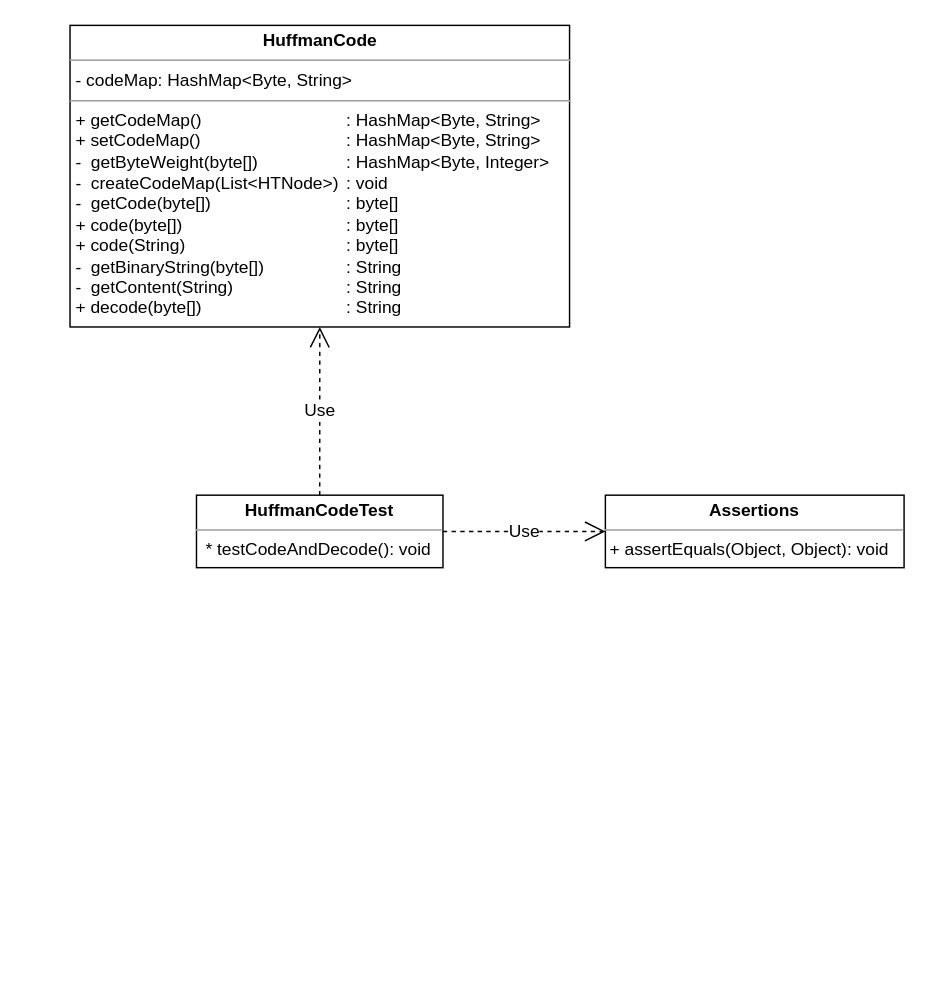
Pineapple666/Draw keeps this draw.io diagram as page "HuffmanCodeTest" (7 of 8) of software-engineering/huffman-code.drawio. Above is the earlier version. Source tidied: cells renumbered, new cells numbered last; positions are measured from the earlier drawing's top-left corner, leaving out a move shared by most shapes. Both pictures are drawn from the tidied source at 145%, with x=0, y=0 at pixel (70, 25).
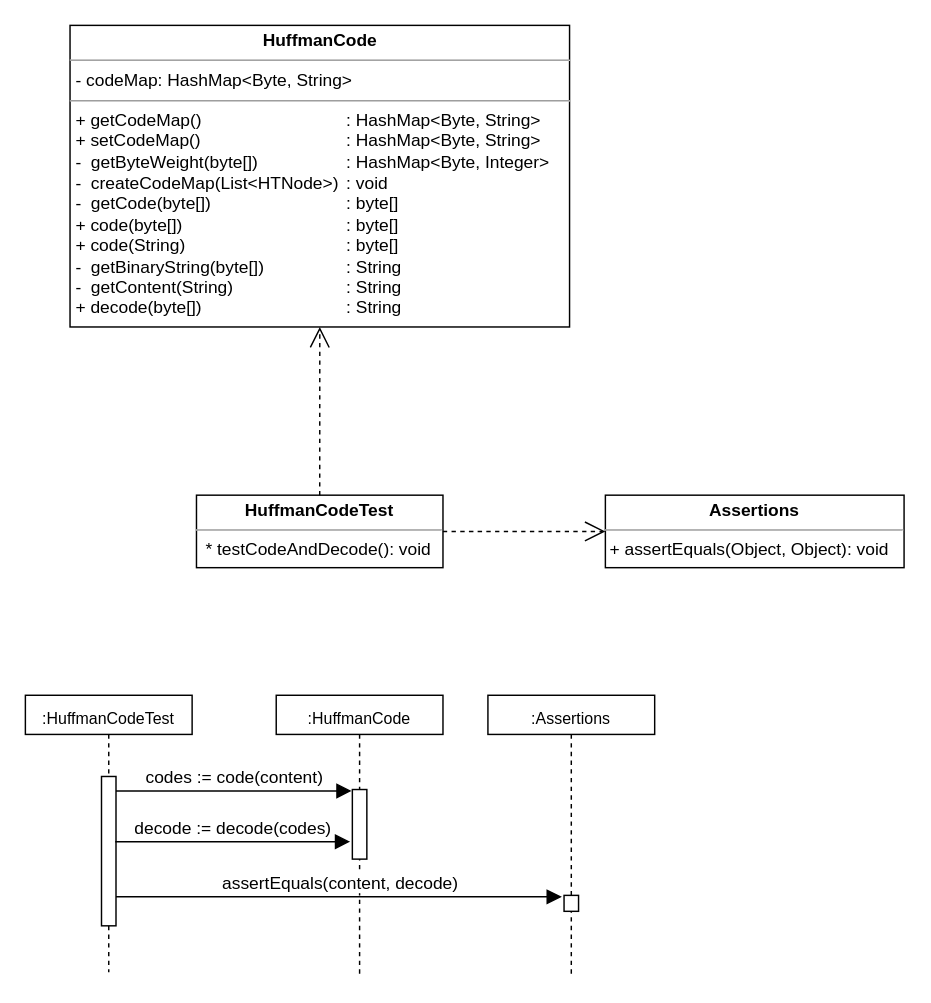
Above is the later version.

Change to the diagram source:
```diff
@@
 <mxGraphModel>
   <root>
     <mxCell id="0" />
     <mxCell id="1" parent="0" />
     <mxCell id="2" value="&lt;p style=&quot;margin:0px;margin-top:4px;text-align:center;&quot;&gt;&lt;b&gt;HuffmanCodeTest&lt;/b&gt;&lt;/p&gt;&lt;hr size=&quot;1&quot;&gt;&lt;div style=&quot;height:2px;&quot;&gt;&amp;nbsp; * testCodeAndDecode(): void&lt;/div&gt;" style="verticalAlign=top;align=left;overflow=fill;fontSize=12;fontFamily=Helvetica;html=1;whiteSpace=wrap;" parent="1" vertex="1">
       <mxGeometry x="87" y="324" width="170" height="50" as="geometry" />
     </mxCell>
     <mxCell id="3" value="&lt;p style=&quot;margin:0px;margin-top:4px;text-align:center;&quot;&gt;&lt;b&gt;HuffmanCode&lt;/b&gt;&lt;/p&gt;&lt;hr size=&quot;1&quot;&gt;&lt;p style=&quot;margin:0px;margin-left:4px;&quot;&gt;- codeMap: HashMap&amp;lt;Byte, String&amp;gt;&lt;/p&gt;&lt;hr size=&quot;1&quot;&gt;&lt;p style=&quot;margin:0px;margin-left:4px;&quot;&gt;+ getCodeMap()&lt;span style=&quot;white-space: pre;&quot;&gt;&#9;&lt;/span&gt;&lt;span style=&quot;white-space: pre;&quot;&gt;&#9;&lt;/span&gt;&lt;span style=&quot;white-space: pre;&quot;&gt;&#9;&lt;/span&gt;&lt;span style=&quot;white-space: pre;&quot;&gt;&#9;&lt;/span&gt;: HashMap&amp;lt;Byte, String&amp;gt;&lt;/p&gt;&lt;p style=&quot;margin:0px;margin-left:4px;&quot;&gt;+ setCodeMap()&lt;span style=&quot;white-space: pre;&quot;&gt;&#9;&lt;/span&gt;&lt;span style=&quot;white-space: pre;&quot;&gt;&#9;&lt;/span&gt;&lt;span style=&quot;white-space: pre;&quot;&gt;&#9;&lt;/span&gt;&lt;span style=&quot;white-space: pre;&quot;&gt;&#9;&lt;/span&gt;: HashMap&amp;lt;Byte, String&amp;gt;&lt;/p&gt;&lt;p style=&quot;margin:0px;margin-left:4px;&quot;&gt;-&amp;nbsp; getByteWeight(byte[])&lt;span style=&quot;white-space: pre;&quot;&gt;&#9;&lt;/span&gt;&lt;span style=&quot;white-space: pre;&quot;&gt;&#9;&lt;span style=&quot;white-space: pre;&quot;&gt;&#9;&lt;/span&gt;&lt;/span&gt;: HashMap&amp;lt;Byte, Integer&amp;gt;&lt;/p&gt;&lt;p style=&quot;margin:0px;margin-left:4px;&quot;&gt;-&amp;nbsp; createCodeMap(List&amp;lt;HTNode&amp;gt;)&lt;span style=&quot;white-space: pre;&quot;&gt;&#9;&lt;/span&gt;: void&lt;/p&gt;&lt;p style=&quot;margin:0px;margin-left:4px;&quot;&gt;-&amp;nbsp; getCode(byte[])&lt;span style=&quot;white-space: pre;&quot;&gt;&#9;&lt;/span&gt;&lt;span style=&quot;white-space: pre;&quot;&gt;&#9;&lt;/span&gt;&lt;span style=&quot;white-space: pre;&quot;&gt;&#9;&lt;/span&gt;&lt;span style=&quot;white-space: pre;&quot;&gt;&#9;&lt;/span&gt;: byte[]&lt;/p&gt;&lt;p style=&quot;margin:0px;margin-left:4px;&quot;&gt;+ code(byte[])&lt;span style=&quot;white-space: pre;&quot;&gt;&#9;&lt;/span&gt;&lt;span style=&quot;white-space: pre;&quot;&gt;&#9;&lt;/span&gt;&lt;span style=&quot;white-space: pre;&quot;&gt;&#9;&lt;/span&gt;&lt;span style=&quot;white-space: pre;&quot;&gt;&#9;&lt;/span&gt;&lt;span style=&quot;white-space: pre;&quot;&gt;&#9;&lt;/span&gt;: byte[]&lt;/p&gt;&lt;p style=&quot;margin:0px;margin-left:4px;&quot;&gt;+ code(String)&lt;span style=&quot;white-space: pre;&quot;&gt;&#9;&lt;/span&gt;&lt;span style=&quot;white-space: pre;&quot;&gt;&#9;&lt;/span&gt;&lt;span style=&quot;white-space: pre;&quot;&gt;&#9;&lt;/span&gt;&lt;span style=&quot;white-space: pre;&quot;&gt;&#9;&lt;/span&gt;&lt;span style=&quot;white-space: pre;&quot;&gt;&#9;&lt;/span&gt;: byte[]&lt;/p&gt;&lt;p style=&quot;margin:0px;margin-left:4px;&quot;&gt;-&amp;nbsp; getBinaryString(byte[])&lt;span style=&quot;white-space: pre;&quot;&gt;&#9;&lt;/span&gt;&lt;span style=&quot;white-space: pre;&quot;&gt;&#9;&lt;/span&gt;&lt;span style=&quot;white-space: pre;&quot;&gt;&#9;&lt;/span&gt;: String&lt;/p&gt;&lt;p style=&quot;margin:0px;margin-left:4px;&quot;&gt;-&amp;nbsp; getContent(String)&lt;span style=&quot;white-space: pre;&quot;&gt;&#9;&lt;/span&gt;&lt;span style=&quot;white-space: pre;&quot;&gt;&#9;&lt;/span&gt;&lt;span style=&quot;white-space: pre;&quot;&gt;&#9;&lt;/span&gt;: String&lt;/p&gt;&lt;p style=&quot;margin:0px;margin-left:4px;&quot;&gt;+ decode(byte[])&lt;span style=&quot;white-space: pre;&quot;&gt;&#9;&lt;/span&gt;&lt;span style=&quot;white-space: pre;&quot;&gt;&#9;&lt;/span&gt;&lt;span style=&quot;white-space: pre;&quot;&gt;&#9;&lt;/span&gt;&lt;span style=&quot;white-space: pre;&quot;&gt;&#9;&lt;/span&gt;: String&lt;span style=&quot;background-color: initial;&quot;&gt;&amp;nbsp;&lt;/span&gt;&lt;/p&gt;" style="verticalAlign=top;align=left;overflow=fill;fontSize=12;fontFamily=Helvetica;html=1;whiteSpace=wrap;" parent="1" vertex="1">
       <mxGeometry x="-0.2" width="344.5" height="208" as="geometry" />
     </mxCell>
-    <mxCell id="4" value="Use" style="endArrow=open;endSize=12;dashed=1;html=1;rounded=0;fontSize=12;curved=1;entryX=0.5;entryY=1;entryDx=0;entryDy=0;exitX=0.5;exitY=0;exitDx=0;exitDy=0;" parent="1" edge="1" source="2" target="3">
+    <mxCell id="4" style="endArrow=open;endSize=12;dashed=1;html=1;rounded=0;fontSize=12;curved=1;entryX=0.5;entryY=1;entryDx=0;entryDy=0;exitX=0.5;exitY=0;exitDx=0;exitDy=0;" parent="1" edge="1" source="2" target="3">
       <mxGeometry relative="1" as="geometry" />
     </mxCell>
-    <mxCell id="5" value="Use" style="endArrow=open;endSize=12;dashed=1;html=1;rounded=0;fontSize=12;curved=1;exitX=1;exitY=0.5;exitDx=0;exitDy=0;entryX=0;entryY=0.5;entryDx=0;entryDy=0;" parent="1" edge="1" source="2" target="6">
+    <mxCell id="5" style="endArrow=open;endSize=12;dashed=1;html=1;rounded=0;fontSize=12;curved=1;exitX=1;exitY=0.5;exitDx=0;exitDy=0;entryX=0;entryY=0.5;entryDx=0;entryDy=0;" parent="1" edge="1" source="2" target="6">
       <mxGeometry relative="1" as="geometry" />
     </mxCell>
     <mxCell id="6" value="&lt;p style=&quot;margin:0px;margin-top:4px;text-align:center;&quot;&gt;&lt;b&gt;Assertions&lt;/b&gt;&lt;/p&gt;&lt;hr size=&quot;1&quot;&gt;&lt;div style=&quot;height:2px;&quot;&gt;&amp;nbsp;+ assertEquals(Object, Object): void&lt;/div&gt;" style="verticalAlign=top;align=left;overflow=fill;fontSize=12;fontFamily=Helvetica;html=1;whiteSpace=wrap;" parent="1" vertex="1">
       <mxGeometry x="369" y="324" width="206" height="50" as="geometry" />
     </mxCell>
+    <mxCell id="7" value="&lt;span style=&quot;font-size: 11px;&quot;&gt;:HuffmanCodeTest&lt;/span&gt;" style="shape=umlLifeline;perimeter=lifelinePerimeter;whiteSpace=wrap;html=1;newEdgeStyle={&quot;edgeStyle&quot;:&quot;elbowEdgeStyle&quot;,&quot;elbow&quot;:&quot;vertical&quot;,&quot;curved&quot;:0,&quot;rounded&quot;:0};fontSize=16;size=27;" parent="1" vertex="1">
+      <mxGeometry x="-31" y="462" width="115" height="191" as="geometry" />
+    </mxCell>
+    <mxCell id="8" style="html=1;points=[];perimeter=orthogonalPerimeter;outlineConnect=0;targetShapes=umlLifeline;portConstraint=eastwest;newEdgeStyle={&quot;edgeStyle&quot;:&quot;elbowEdgeStyle&quot;,&quot;elbow&quot;:&quot;vertical&quot;,&quot;curved&quot;:0,&quot;rounded&quot;:0};fontSize=16;" parent="7" vertex="1">
+      <mxGeometry x="52.5" y="56" width="10" height="103" as="geometry" />
+    </mxCell>
+    <mxCell id="9" value="&lt;span style=&quot;font-size: 11px;&quot;&gt;:HuffmanCode&lt;/span&gt;" style="shape=umlLifeline;perimeter=lifelinePerimeter;whiteSpace=wrap;html=1;newEdgeStyle={&quot;edgeStyle&quot;:&quot;elbowEdgeStyle&quot;,&quot;elbow&quot;:&quot;vertical&quot;,&quot;curved&quot;:0,&quot;rounded&quot;:0};fontSize=16;size=27;" parent="1" vertex="1">
+      <mxGeometry x="142" y="462" width="115" height="194" as="geometry" />
+    </mxCell>
+    <mxCell id="10" style="html=1;perimeter=orthogonalPerimeter;targetShapes=umlLifeline;newEdgeStyle={&quot;edgeStyle&quot;:&quot;elbowEdgeStyle&quot;,&quot;elbow&quot;:&quot;vertical&quot;,&quot;curved&quot;:0,&quot;rounded&quot;:0};fontSize=16;" parent="9" vertex="1">
+      <mxGeometry x="52.5" y="65" width="10" height="48" as="geometry" />
+    </mxCell>
+    <mxCell id="11" value="codes := code(content)" style="html=1;verticalAlign=bottom;endArrow=block;elbow=vertical;rounded=0;fontSize=12;startSize=8;endSize=8;" parent="1" edge="1" source="8">
+      <mxGeometry relative="1" as="geometry">
+        <mxPoint x="194" y="528" as="targetPoint" />
+      </mxGeometry>
+    </mxCell>
+    <mxCell id="12" value="decode := decode(codes)" style="html=1;verticalAlign=bottom;endArrow=block;elbow=vertical;rounded=0;fontSize=12;startSize=8;endSize=8;" parent="1" edge="1">
+      <mxGeometry relative="1" as="geometry">
+        <mxPoint x="31" y="563" as="sourcePoint" />
+        <mxPoint x="193" y="563" as="targetPoint" />
+      </mxGeometry>
+    </mxCell>
+    <mxCell id="13" value="&lt;span style=&quot;font-size: 11px;&quot;&gt;:Assertions&lt;/span&gt;" style="shape=umlLifeline;perimeter=lifelinePerimeter;whiteSpace=wrap;html=1;newEdgeStyle={&quot;edgeStyle&quot;:&quot;elbowEdgeStyle&quot;,&quot;elbow&quot;:&quot;vertical&quot;,&quot;curved&quot;:0,&quot;rounded&quot;:0};fontSize=16;size=27;" parent="1" vertex="1">
+      <mxGeometry x="288" y="462" width="115" height="195" as="geometry" />
+    </mxCell>
+    <mxCell id="14" style="html=1;perimeter=orthogonalPerimeter;targetShapes=umlLifeline;newEdgeStyle={&quot;edgeStyle&quot;:&quot;elbowEdgeStyle&quot;,&quot;elbow&quot;:&quot;vertical&quot;,&quot;curved&quot;:0,&quot;rounded&quot;:0};fontSize=16;" parent="13" vertex="1">
+      <mxGeometry x="52.5" y="138" width="10" height="11" as="geometry" />
+    </mxCell>
+    <mxCell id="15" value="assertEquals(content, decode)" style="html=1;verticalAlign=bottom;endArrow=block;elbow=vertical;rounded=0;fontSize=12;startSize=8;endSize=8;" parent="1" edge="1" source="8">
+      <mxGeometry relative="1" as="geometry">
+        <mxPoint x="339" y="601" as="targetPoint" />
+      </mxGeometry>
+    </mxCell>
   </root>
 </mxGraphModel>
```
